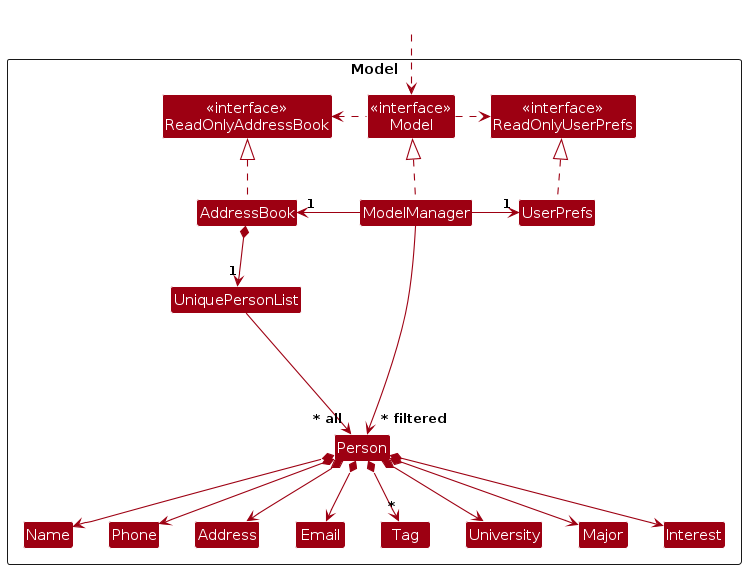
verakohh/tp keeps this PlantUML diagram as diagrams/ModelClassDiagram.png. Above is the earlier version. Its source is kept beside it as diagrams/ModelClassDiagram.puml.
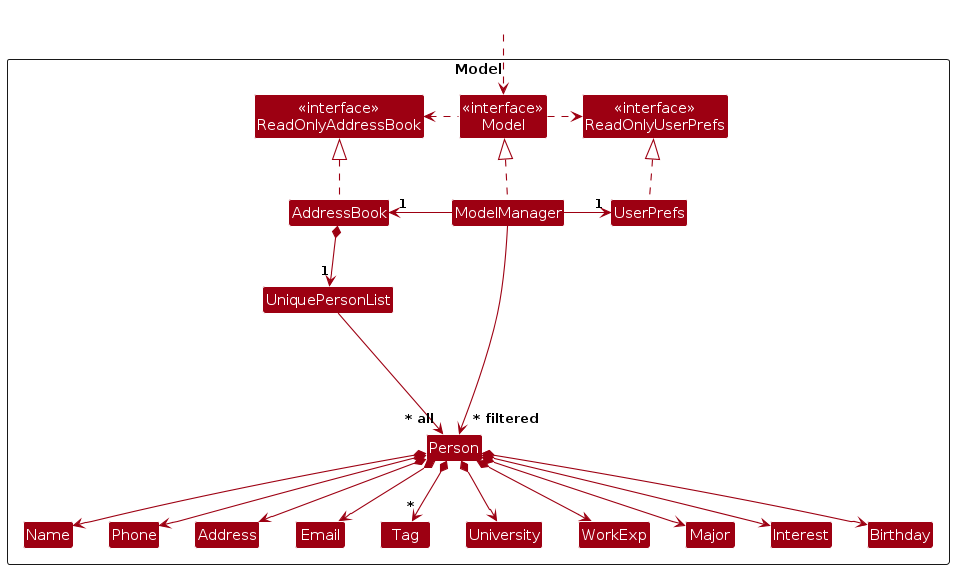
The same diagram one commit later.

The edit, as a diff of the source:
```diff
@@ -20,8 +20,11 @@
   Class Phone
   Class Tag
   Class University
+  Class WorkExp
   Class Major
   Class Interest
+  Class Birthday
+
   Class I #FFFFFF
 }
 
@@ -45,8 +48,10 @@
 Person *--> Address
 Person *--> "*" Tag
 Person *--> University
+Person *--> WorkExp
 Person *--> Major
 Person *--> Interest
+Person *--> Birthday
 
 Person -[hidden]up--> I
 UniquePersonList -[hidden]right-> I
```
